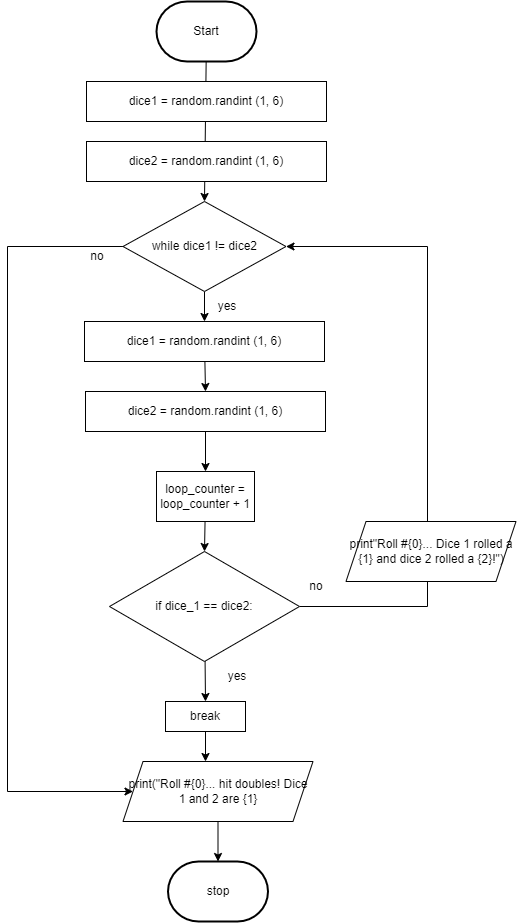
Kyanh-Pham/ICS3U-Assignment-5-Python keeps this draw.io diagram as flowchat.png. Above is the earlier version. Source tidied: cells renumbered, new cells last; positions are measured from the earlier drawing's top-left corner, leaving out a move shared by most shapes. Source of this version:
```xml
<mxGraphModel>
  <root>
    <mxCell id="0" />
    <mxCell id="1" parent="0" />
    <mxCell id="2" style="edgeStyle=none;html=1;entryX=0.5;entryY=0;entryDx=0;entryDy=0;" parent="1" edge="1" source="3" target="8">
      <mxGeometry relative="1" as="geometry" />
    </mxCell>
    <mxCell id="3" value="Start" style="strokeWidth=2;html=1;shape=mxgraph.flowchart.terminator;whiteSpace=wrap;" parent="1" vertex="1">
      <mxGeometry x="149" width="100" height="60" as="geometry" />
    </mxCell>
    <mxCell id="4" style="edgeStyle=none;html=1;" parent="1" edge="1">
      <mxGeometry relative="1" as="geometry">
        <mxPoint x="189.5" y="500" as="sourcePoint" />
        <mxPoint x="189.5" y="500" as="targetPoint" />
      </mxGeometry>
    </mxCell>
    <mxCell id="5" style="edgeStyle=orthogonalEdgeStyle;html=1;strokeColor=none;rounded=0;" parent="1" edge="1">
      <mxGeometry relative="1" as="geometry">
        <mxPoint x="287" y="345" as="sourcePoint" />
        <mxPoint x="377" y="345" as="targetPoint" />
      </mxGeometry>
    </mxCell>
    <mxCell id="6" style="edgeStyle=none;html=1;entryX=0.5;entryY=0;entryDx=0;entryDy=0;" parent="1" edge="1" source="8" target="10">
      <mxGeometry relative="1" as="geometry" />
    </mxCell>
    <mxCell id="7" style="edgeStyle=orthogonalEdgeStyle;rounded=0;html=1;entryX=0;entryY=0.5;entryDx=0;entryDy=0;" parent="1" edge="1" source="8" target="23">
      <mxGeometry relative="1" as="geometry">
        <Array as="points">
          <mxPoint y="245" />
          <mxPoint y="790" />
        </Array>
      </mxGeometry>
    </mxCell>
    <mxCell id="8" value="while dice1 != dice2" style="rhombus;whiteSpace=wrap;html=1;" parent="1" vertex="1">
      <mxGeometry x="115.5" y="200" width="163" height="90" as="geometry" />
    </mxCell>
    <mxCell id="9" style="edgeStyle=none;html=1;entryX=0.5;entryY=0;entryDx=0;entryDy=0;" parent="1" edge="1" source="10" target="12">
      <mxGeometry relative="1" as="geometry" />
    </mxCell>
    <mxCell id="10" value="dice1 = random.randint (1, 6)" style="rounded=0;whiteSpace=wrap;html=1;" parent="1" vertex="1">
      <mxGeometry x="77" y="320" width="240" height="40" as="geometry" />
    </mxCell>
    <mxCell id="11" style="edgeStyle=none;html=1;entryX=0.5;entryY=0;entryDx=0;entryDy=0;" parent="1" edge="1" source="12" target="14">
      <mxGeometry relative="1" as="geometry" />
    </mxCell>
    <mxCell id="12" value="dice2 = random.randint (1, 6)" style="rounded=0;whiteSpace=wrap;html=1;" parent="1" vertex="1">
      <mxGeometry x="78" y="390" width="240" height="40" as="geometry" />
    </mxCell>
    <mxCell id="13" style="edgeStyle=none;html=1;entryX=0.5;entryY=0;entryDx=0;entryDy=0;" parent="1" edge="1" source="14" target="17">
      <mxGeometry relative="1" as="geometry" />
    </mxCell>
    <mxCell id="14" value="loop_counter = loop_counter + 1" style="rounded=0;whiteSpace=wrap;html=1;" parent="1" vertex="1">
      <mxGeometry x="149" y="470" width="98" height="50" as="geometry" />
    </mxCell>
    <mxCell id="15" style="edgeStyle=none;html=1;entryX=0.5;entryY=0;entryDx=0;entryDy=0;" parent="1" edge="1" source="17" target="19">
      <mxGeometry relative="1" as="geometry" />
    </mxCell>
    <mxCell id="16" style="edgeStyle=orthogonalEdgeStyle;html=1;entryX=1;entryY=0.5;entryDx=0;entryDy=0;rounded=0;" parent="1" edge="1" source="17" target="8">
      <mxGeometry relative="1" as="geometry">
        <Array as="points">
          <mxPoint x="420" y="605" />
          <mxPoint x="420" y="245" />
        </Array>
      </mxGeometry>
    </mxCell>
    <mxCell id="17" value="&lt;div style=&quot;line-height: 27px&quot;&gt;if dice_1 == dice2:&lt;/div&gt;" style="rhombus;whiteSpace=wrap;html=1;" parent="1" vertex="1">
      <mxGeometry x="102" y="550" width="190" height="110" as="geometry" />
    </mxCell>
    <mxCell id="18" style="edgeStyle=orthogonalEdgeStyle;rounded=0;html=1;" parent="1" edge="1" source="19">
      <mxGeometry relative="1" as="geometry">
        <mxPoint x="198" y="760" as="targetPoint" />
      </mxGeometry>
    </mxCell>
    <mxCell id="19" value="break" style="rounded=0;whiteSpace=wrap;html=1;" parent="1" vertex="1">
      <mxGeometry x="158" y="700" width="80" height="30" as="geometry" />
    </mxCell>
    <mxCell id="20" value="yes" style="text;html=1;strokeColor=none;fillColor=none;align=center;verticalAlign=middle;whiteSpace=wrap;rounded=0;" parent="1" vertex="1">
      <mxGeometry x="200" y="660" width="60" height="30" as="geometry" />
    </mxCell>
    <mxCell id="21" value="no" style="text;html=1;strokeColor=none;fillColor=none;align=center;verticalAlign=middle;whiteSpace=wrap;rounded=0;" parent="1" vertex="1">
      <mxGeometry x="278.5" y="570" width="60" height="30" as="geometry" />
    </mxCell>
    <mxCell id="22" style="edgeStyle=orthogonalEdgeStyle;rounded=0;html=1;entryX=0.5;entryY=0;entryDx=0;entryDy=0;entryPerimeter=0;" parent="1" edge="1" source="23" target="25">
      <mxGeometry relative="1" as="geometry" />
    </mxCell>
    <mxCell id="23" value="print(&quot;Roll #{0}... hit doubles! Dice 1 and 2 are {1}" style="shape=parallelogram;perimeter=parallelogramPerimeter;whiteSpace=wrap;html=1;fixedSize=1;" parent="1" vertex="1">
      <mxGeometry x="115.5" y="760" width="190" height="60" as="geometry" />
    </mxCell>
    <mxCell id="24" value="print&quot;Roll #{0}... Dice 1 rolled a {1} and dice 2 rolled a {2}!&quot;)" style="shape=parallelogram;perimeter=parallelogramPerimeter;whiteSpace=wrap;html=1;fixedSize=1;" parent="1" vertex="1">
      <mxGeometry x="338.5" y="520" width="170" height="60" as="geometry" />
    </mxCell>
    <mxCell id="25" value="stop" style="strokeWidth=2;html=1;shape=mxgraph.flowchart.terminator;whiteSpace=wrap;" parent="1" vertex="1">
      <mxGeometry x="160.5" y="860" width="100" height="60" as="geometry" />
    </mxCell>
    <mxCell id="26" value="dice1 = random.randint (1, 6)" style="rounded=0;whiteSpace=wrap;html=1;" parent="1" vertex="1">
      <mxGeometry x="79" y="80" width="240" height="40" as="geometry" />
    </mxCell>
    <mxCell id="27" value="dice2 = random.randint (1, 6)" style="rounded=0;whiteSpace=wrap;html=1;" parent="1" vertex="1">
      <mxGeometry x="79" y="140" width="240" height="40" as="geometry" />
    </mxCell>
    <mxCell id="28" value="yes" style="text;html=1;strokeColor=none;fillColor=none;align=center;verticalAlign=middle;whiteSpace=wrap;rounded=0;" parent="1" vertex="1">
      <mxGeometry x="190" y="290" width="60" height="30" as="geometry" />
    </mxCell>
    <mxCell id="29" value="no" style="text;html=1;strokeColor=none;fillColor=none;align=center;verticalAlign=middle;whiteSpace=wrap;rounded=0;" parent="1" vertex="1">
      <mxGeometry x="60" y="240" width="60" height="30" as="geometry" />
    </mxCell>
  </root>
</mxGraphModel>
```
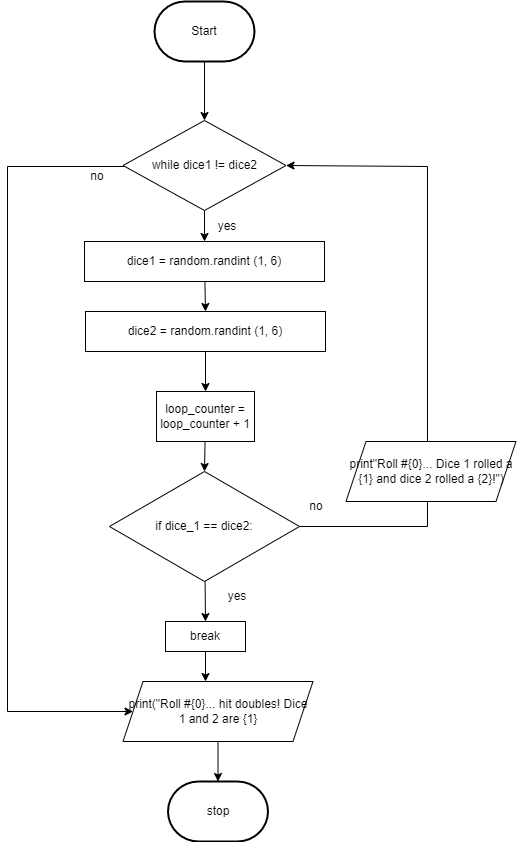
The same file after the commit.

Commit message:
fixed flow chart

What changed in the source:
```diff
@@ -6,7 +6,7 @@
       <mxGeometry relative="1" as="geometry" />
     </mxCell>
     <mxCell id="3" value="Start" style="strokeWidth=2;html=1;shape=mxgraph.flowchart.terminator;whiteSpace=wrap;" parent="1" vertex="1">
-      <mxGeometry x="149" width="100" height="60" as="geometry" />
+      <mxGeometry x="147" y="80" width="100" height="60" as="geometry" />
     </mxCell>
     <mxCell id="4" style="edgeStyle=none;html=1;" parent="1" edge="1">
       <mxGeometry relative="1" as="geometry">
@@ -32,7 +32,7 @@
       </mxGeometry>
     </mxCell>
     <mxCell id="8" value="while dice1 != dice2" style="rhombus;whiteSpace=wrap;html=1;" parent="1" vertex="1">
-      <mxGeometry x="115.5" y="200" width="163" height="90" as="geometry" />
+      <mxGeometry x="115.5" y="199" width="163" height="90" as="geometry" />
     </mxCell>
     <mxCell id="9" style="edgeStyle=none;html=1;entryX=0.5;entryY=0;entryDx=0;entryDy=0;" parent="1" edge="1" source="10" target="12">
       <mxGeometry relative="1" as="geometry" />
@@ -92,12 +92,6 @@
     <mxCell id="25" value="stop" style="strokeWidth=2;html=1;shape=mxgraph.flowchart.terminator;whiteSpace=wrap;" parent="1" vertex="1">
       <mxGeometry x="160.5" y="860" width="100" height="60" as="geometry" />
     </mxCell>
-    <mxCell id="26" value="dice1 = random.randint (1, 6)" style="rounded=0;whiteSpace=wrap;html=1;" parent="1" vertex="1">
-      <mxGeometry x="79" y="80" width="240" height="40" as="geometry" />
-    </mxCell>
-    <mxCell id="27" value="dice2 = random.randint (1, 6)" style="rounded=0;whiteSpace=wrap;html=1;" parent="1" vertex="1">
-      <mxGeometry x="79" y="140" width="240" height="40" as="geometry" />
-    </mxCell>
     <mxCell id="28" value="yes" style="text;html=1;strokeColor=none;fillColor=none;align=center;verticalAlign=middle;whiteSpace=wrap;rounded=0;" parent="1" vertex="1">
       <mxGeometry x="190" y="290" width="60" height="30" as="geometry" />
     </mxCell>
```
